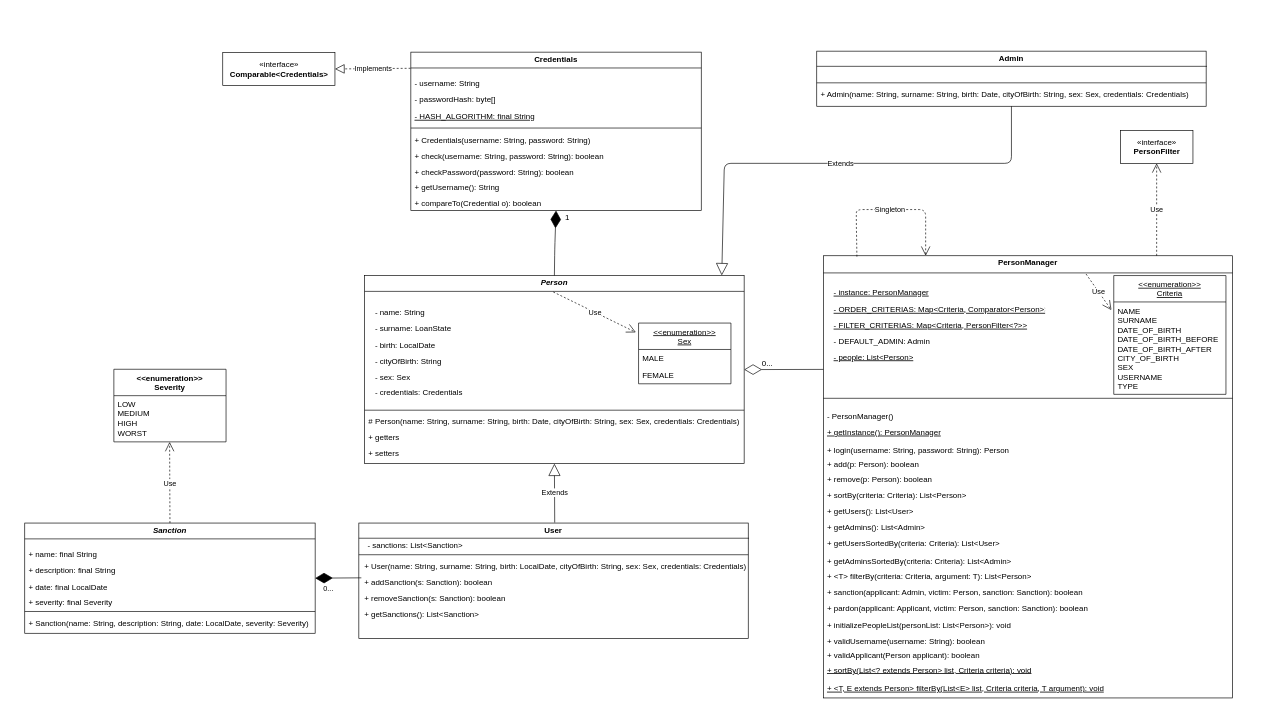
Above: uml/users_UML.drawio in mateofocyoli/spiDo-GUI (draw.io), before the change. Source tidied: cells renumbered, new cells numbered last; positions are measured from the earlier drawing's top-left corner, leaving out a move shared by most shapes. Both pictures are drawn from the tidied source at 66%, with x=0, y=0 at pixel (24, 51).
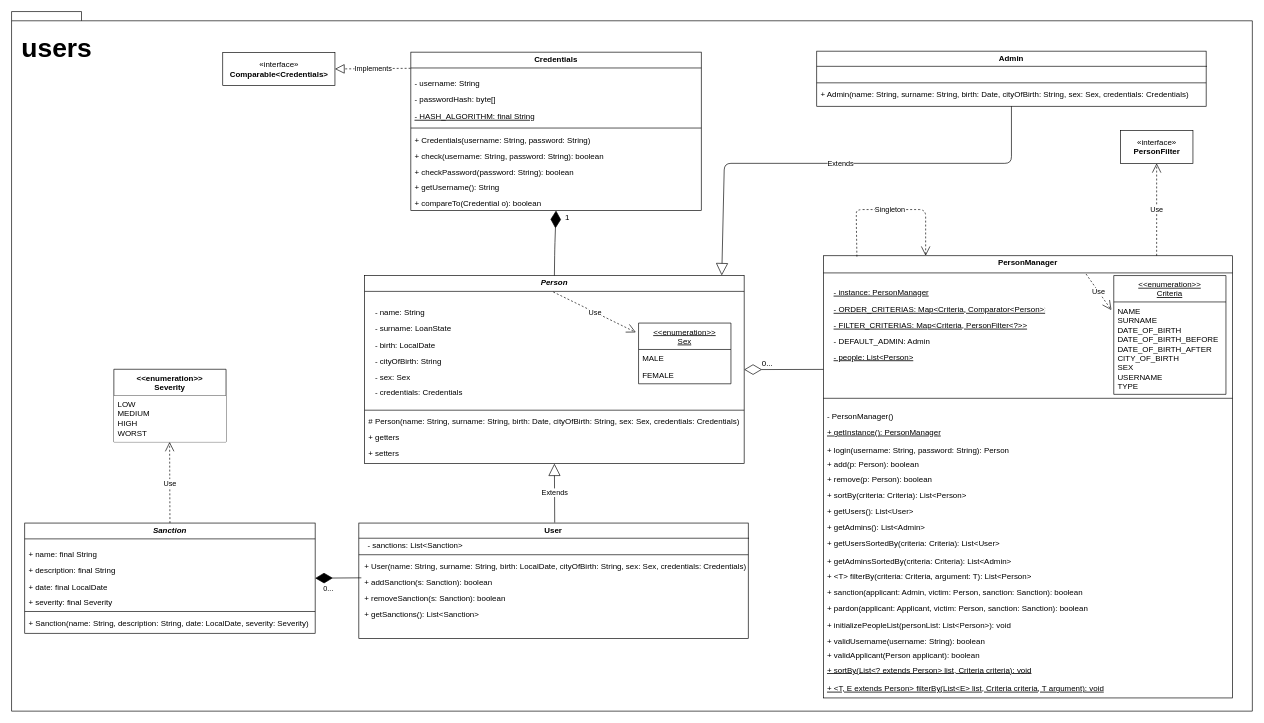
Above is the later version.

Commit message (it also covers changes not shown here):
completato umllll userssssssss

Change to the diagram source:
```diff
@@
+    <mxCell id="91" value="&amp;nbsp; &amp;nbsp;&lt;br&gt;&amp;nbsp; &amp;nbsp; &lt;span style=&quot;font-size: 40px;&quot;&gt;users&lt;/span&gt;" style="shape=folder;fontStyle=1;spacingTop=10;tabWidth=40;tabHeight=14;tabPosition=left;html=1;align=left;verticalAlign=top;" parent="1" vertex="1">
+      <mxGeometry x="-20" y="-60" width="1880" height="1060" as="geometry" />
+    </mxCell>
@@
-    <mxCell id="84" value="&lt;&lt;enumeration&gt;&gt;&#10;Severity" style="swimlane;fontStyle=1;horizontal=1;startSize=40;fillColor=none;" parent="1" vertex="1">
+    <mxCell id="84" value="&lt;&lt;enumeration&gt;&gt;&#10;Severity" style="swimlane;fontStyle=1;horizontal=1;startSize=40;fillColor=default;strokeColor=default;" parent="1" vertex="1">
       <mxGeometry x="135" y="482" width="170" height="110" as="geometry" />
     </mxCell>
-    <mxCell id="85" value="LOW&#10;MEDIUM&#10;HIGH&#10;WORST" style="text;strokeColor=none;fillColor=none;align=left;verticalAlign=top;spacingLeft=4;spacingRight=4;overflow=hidden;points=[[0,0.5],[1,0.5]];portConstraint=eastwest;whiteSpace=wrap;" parent="84" vertex="1">
+    <mxCell id="85" value="LOW&#10;MEDIUM&#10;HIGH&#10;WORST" style="text;strokeColor=none;fillColor=default;align=left;verticalAlign=top;spacingLeft=4;spacingRight=4;overflow=hidden;points=[[0,0.5],[1,0.5]];portConstraint=eastwest;whiteSpace=wrap;" parent="84" vertex="1">
       <mxGeometry y="40" width="170" height="70" as="geometry" />
     </mxCell>
```
